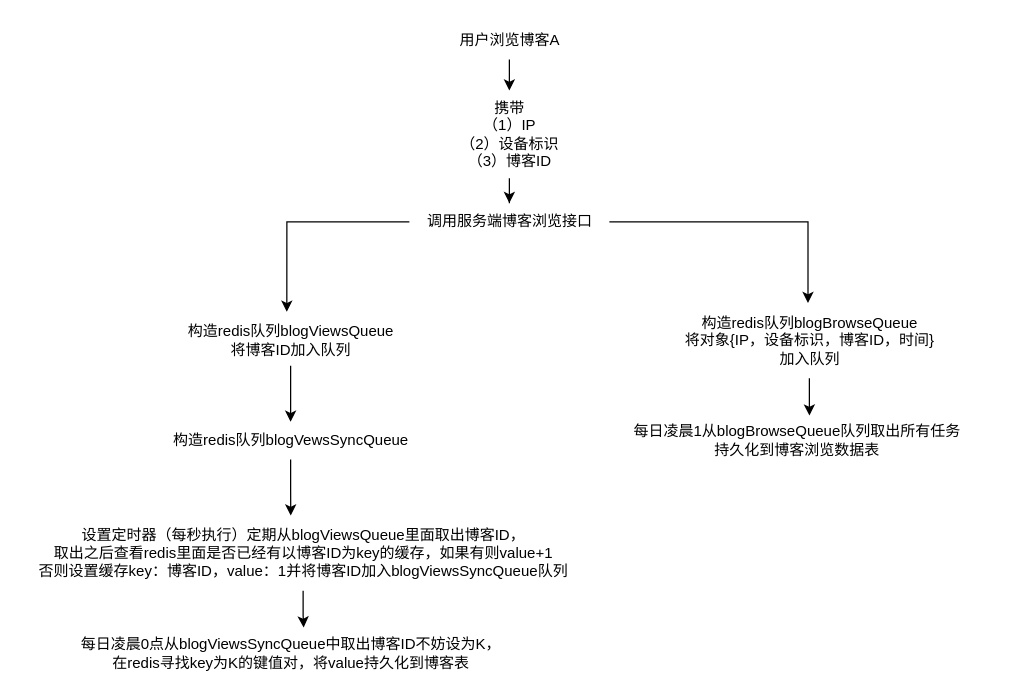
Before: 博客浏览数据高并发统计模型.drawio in red-fox-yj/draw.io, a draw.io diagram. Source tidied: cells renumbered, new cells numbered last; positions are measured from the earlier drawing's top-left corner, leaving out a move shared by most shapes. Both pictures are drawn from the tidied source at 125%, with x=0, y=0 at pixel (21, 21).
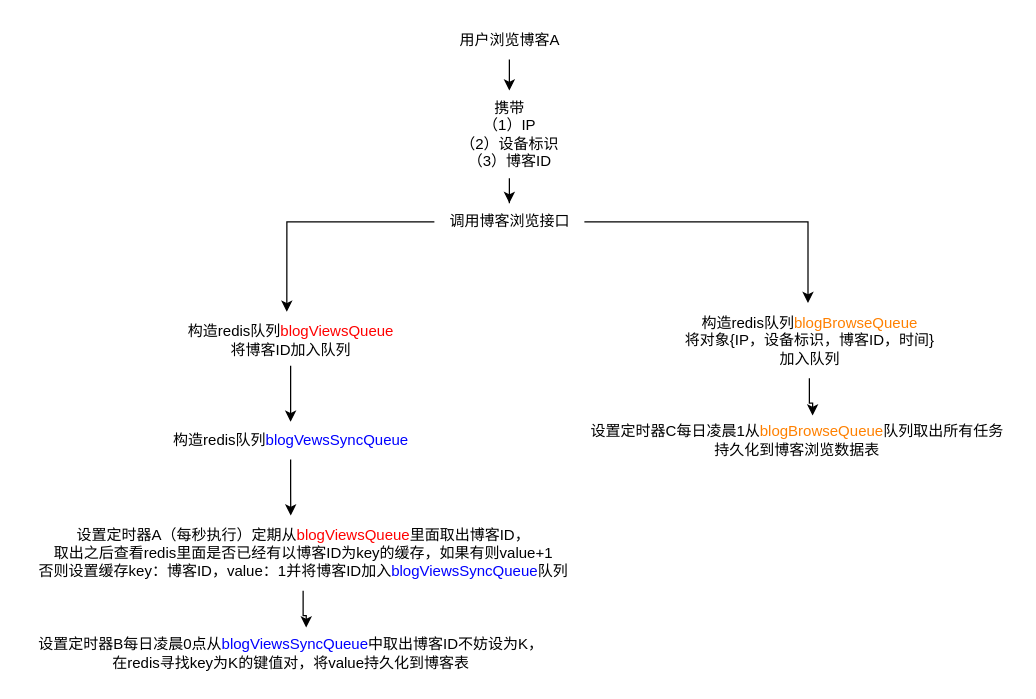
After the change.

Commit message (it also covers changes not shown here):
更新博客浏览数据高并发统计模型.drawio

Diff of the diagram source:
```diff
@@
-    <mxCell id="6" value="调用服务端博客浏览接口" style="text;html=1;align=center;verticalAlign=middle;points=[];strokeColor=none;fillColor=none;" parent="1" vertex="1">
-      <mxGeometry x="310" y="145" width="160" height="30" as="geometry" />
+    <mxCell id="6" value="调用博客浏览接口" style="text;html=1;align=center;verticalAlign=middle;points=[];strokeColor=none;fillColor=none;" parent="1" vertex="1">
+      <mxGeometry x="330" y="145" width="120" height="30" as="geometry" />
     </mxCell>
@@
-    <mxCell id="10" value="构造redis队列blogViewsQueue&lt;br&gt;将博客ID加入队列" style="text;html=1;align=center;verticalAlign=middle;points=[];strokeColor=none;fillColor=none;" parent="1" vertex="1">
+    <mxCell id="10" value="构造redis队列&lt;font color=&quot;#ff0000&quot;&gt;blogViewsQueue&lt;/font&gt;&lt;br&gt;将博客ID加入队列" style="text;html=1;align=center;verticalAlign=middle;points=[];strokeColor=none;fillColor=none;" parent="1" vertex="1">
       <mxGeometry x="120" y="235" width="190" height="40" as="geometry" />
     </mxCell>
@@
-    <mxCell id="12" value="设置定时器（每秒执行）定期从blogViewsQueue里面取出博客ID，&lt;br&gt;取出之后查看redis里面是否已经有以博客ID为key的缓存，如果有则value+1&lt;br&gt;否则设置缓存key：博客ID，value：1并将博客ID加入blogViewsSyncQueue队列" style="text;html=1;align=center;verticalAlign=middle;points=[];strokeColor=none;fillColor=none;" parent="1" vertex="1">
+    <mxCell id="12" value="设置定时器A（每秒执行）定期从&lt;font color=&quot;#ff0000&quot;&gt;blogViewsQueue&lt;/font&gt;里面取出博客ID，&lt;br&gt;取出之后查看redis里面是否已经有以博客ID为key的缓存，如果有则value+1&lt;br&gt;否则设置缓存key：博客ID，value：1并将博客ID加入&lt;font color=&quot;#0000ff&quot;&gt;blogViewsSyncQueue&lt;/font&gt;队列" style="text;html=1;align=center;verticalAlign=middle;points=[];strokeColor=none;fillColor=none;" parent="1" vertex="1">
       <mxGeometry y="395" width="450" height="60" as="geometry" />
     </mxCell>
@@
-    <mxCell id="14" value="构造redis队列blogVewsSyncQueue" style="text;html=1;align=center;verticalAlign=middle;points=[];strokeColor=none;fillColor=none;" parent="1" vertex="1">
+    <mxCell id="14" value="构造redis队列&lt;font color=&quot;#0000ff&quot;&gt;blogVewsSyncQueue&lt;/font&gt;" style="text;html=1;align=center;verticalAlign=middle;points=[];strokeColor=none;fillColor=none;" parent="1" vertex="1">
       <mxGeometry x="110" y="320" width="210" height="30" as="geometry" />
     </mxCell>
-    <mxCell id="15" value="每日凌晨0点从blogViewsSyncQueue中取出博客ID不妨设为K，&lt;br&gt;在redis寻找key为K的键值对，将value持久化到博客表" style="text;html=1;align=center;verticalAlign=middle;points=[];strokeColor=none;fillColor=none;" parent="1" vertex="1">
-      <mxGeometry x="35" y="485" width="360" height="40" as="geometry" />
+    <mxCell id="15" value="设置定时器B每日凌晨0点从&lt;font color=&quot;#0000ff&quot;&gt;blogViewsSyncQueue&lt;/font&gt;中取出博客ID不妨设为K，&lt;br&gt;在redis寻找key为K的键值对，将value持久化到博客表" style="text;html=1;align=center;verticalAlign=middle;points=[];strokeColor=none;fillColor=none;" parent="1" vertex="1">
+      <mxGeometry y="485" width="430" height="40" as="geometry" />
     </mxCell>
@@
-    <mxCell id="17" value="构造redis队列blogBrowseQueue&lt;br style=&quot;border-color: var(--border-color);&quot;&gt;将对象{IP，设备标识，博客ID，时间}&lt;br style=&quot;border-color: var(--border-color);&quot;&gt;加入队列" style="text;html=1;align=center;verticalAlign=middle;points=[];strokeColor=none;fillColor=none;" parent="1" vertex="1">
+    <mxCell id="17" value="构造redis队列&lt;font color=&quot;#ff8000&quot;&gt;blogBrowseQueue&lt;/font&gt;&lt;br style=&quot;border-color: var(--border-color);&quot;&gt;将对象{IP，设备标识，博客ID，时间}&lt;br style=&quot;border-color: var(--border-color);&quot;&gt;加入队列" style="text;html=1;align=center;verticalAlign=middle;points=[];strokeColor=none;fillColor=none;" parent="1" vertex="1">
       <mxGeometry x="520" y="225" width="220" height="60" as="geometry" />
     </mxCell>
-    <mxCell id="18" value="每日凌晨1从blogBrowseQueue队列取出所有任务&lt;br&gt;持久化到博客浏览数据表" style="text;html=1;align=center;verticalAlign=middle;points=[];strokeColor=none;fillColor=none;" parent="1" vertex="1">
-      <mxGeometry x="480" y="315" width="280" height="40" as="geometry" />
+    <mxCell id="18" value="设置定时器C每日凌晨1从&lt;font color=&quot;#ff8000&quot;&gt;blogBrowseQueue&lt;/font&gt;队列取出所有任务&lt;br&gt;持久化到博客浏览数据表" style="text;html=1;align=center;verticalAlign=middle;points=[];strokeColor=none;fillColor=none;" parent="1" vertex="1">
+      <mxGeometry x="445" y="315" width="350" height="40" as="geometry" />
     </mxCell>
```
